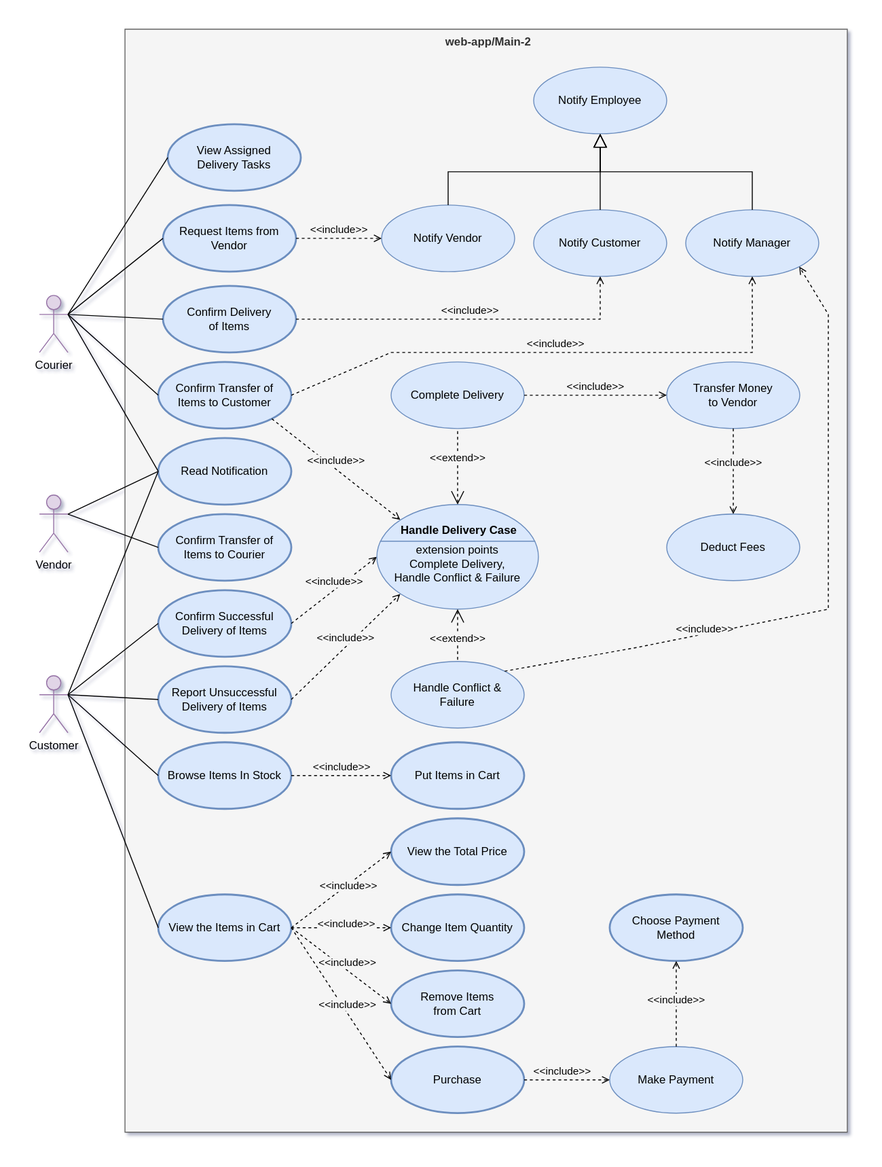
This is software requirement/spec/media/main-use-case-diagram-2.drawio.svg from nati-esh-zed/online_shopping_webapp, a draw.io export, as it was before one commit. Source tidied: cells renumbered, new cells last; positions are measured from the earlier drawing's top-left corner, leaving out a move shared by most shapes.
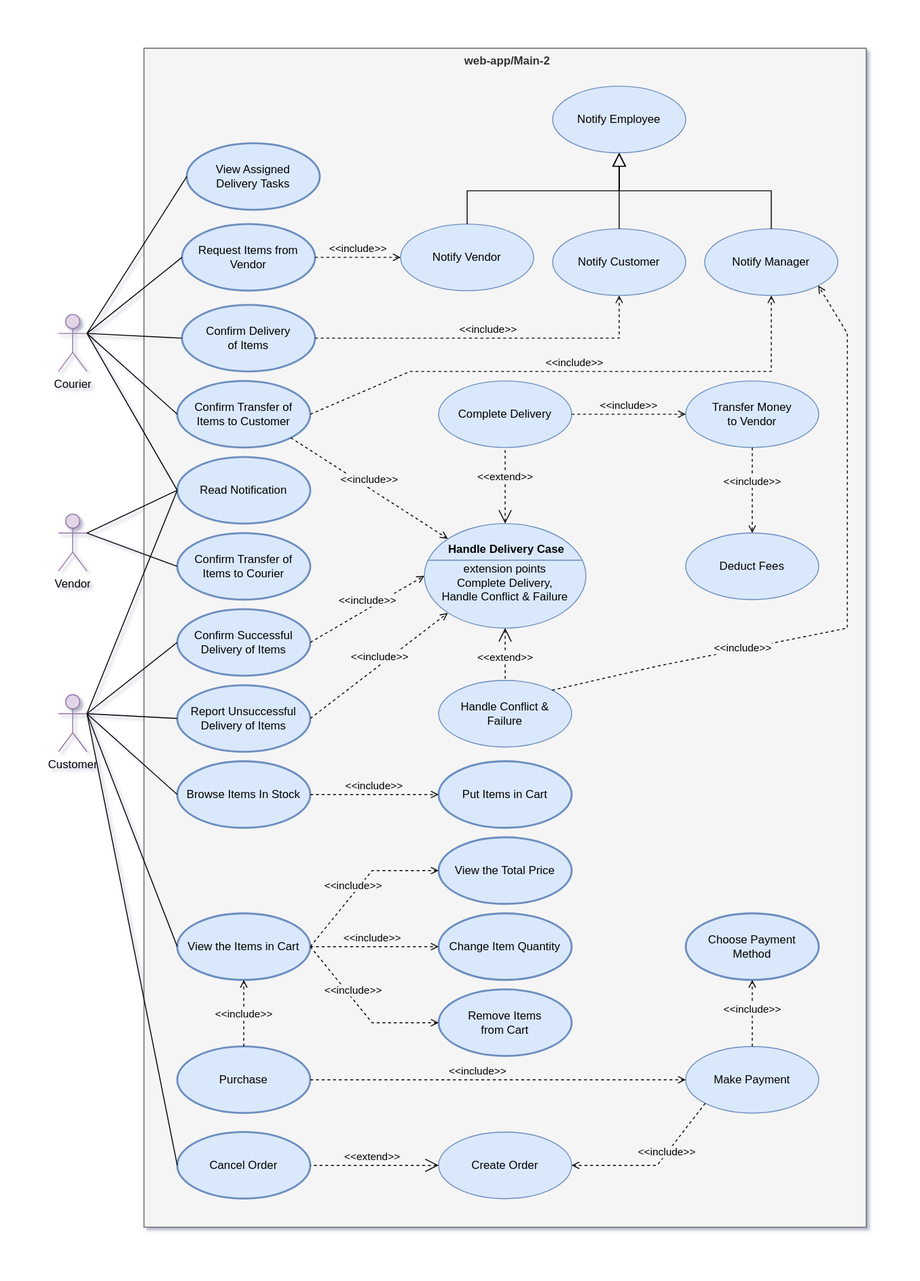
Later version of the same file.

Commit message:
update SRS.md and use case diagram + write Scenario for a customer canceling an order

Diff of the diagram source:
```diff
@@ -3,7 +3,7 @@
     <mxCell id="0" />
     <mxCell id="1" parent="0" />
     <mxCell id="2" value="web-app/Main-2" style="shape=note;html=1;verticalAlign=top;fontStyle=1;whiteSpace=wrap;align=center;fillColor=#F5F5F5;fontColor=#333333;strokeColor=#666666;size=0;spacingLeft=5;labelBackgroundColor=#f5f5f5;" parent="1" vertex="1">
-      <mxGeometry x="90" width="760" height="1160" as="geometry" />
+      <mxGeometry x="90" width="760" height="1240" as="geometry" />
     </mxCell>
     <mxCell id="3" value="Request Items from Vendor" style="ellipse;whiteSpace=wrap;html=1;fillColor=#dae8fc;strokeColor=#6c8ebf;strokeWidth=2;" parent="1" vertex="1">
       <mxGeometry x="130" y="185" width="140" height="70" as="geometry" />
@@ -100,7 +100,7 @@
       <mxGeometry x="125" y="750" width="140" height="70" as="geometry" />
     </mxCell>
     <mxCell id="30" value="Put Items in&amp;nbsp;Cart" style="ellipse;whiteSpace=wrap;html=1;fillColor=#dae8fc;strokeColor=#6c8ebf;strokeWidth=2;" parent="1" vertex="1">
-      <mxGeometry x="370" y="750" width="140" height="70" as="geometry" />
+      <mxGeometry x="400" y="750" width="140" height="70" as="geometry" />
     </mxCell>
     <mxCell id="31" style="edgeStyle=none;html=1;endArrow=none;verticalAlign=bottom;rounded=0;exitX=1;exitY=0.3333333333333333;exitDx=0;exitDy=0;entryX=0;entryY=0.5;entryDx=0;entryDy=0;exitPerimeter=0;" parent="1" edge="1" source="10" target="29">
       <mxGeometry relative="1" as="geometry" />
@@ -115,44 +115,54 @@
       <mxGeometry relative="1" as="geometry" />
     </mxCell>
     <mxCell id="35" value="Change Item Quantity" style="ellipse;whiteSpace=wrap;html=1;fillColor=#dae8fc;strokeColor=#6c8ebf;strokeWidth=2;" parent="1" vertex="1">
-      <mxGeometry x="370" y="910" width="140" height="70" as="geometry" />
+      <mxGeometry x="400" y="910" width="140" height="70" as="geometry" />
     </mxCell>
     <mxCell id="36" value="&amp;lt;&amp;lt;include&amp;gt;&amp;gt;" style="edgeStyle=none;html=1;endArrow=open;verticalAlign=bottom;dashed=1;labelBackgroundColor=#F5F5F5;rounded=0;exitX=1;exitY=0.5;exitDx=0;exitDy=0;entryX=0;entryY=0.5;entryDx=0;entryDy=0;" parent="1" edge="1" source="33" target="35">
-      <mxGeometry x="0.11" y="-5" relative="1" as="geometry" />
+      <mxGeometry x="-0.04" relative="1" as="geometry" />
     </mxCell>
     <mxCell id="37" value="Remove Items&lt;br style=&quot;border-color: var(--border-color);&quot;&gt;from Cart" style="ellipse;whiteSpace=wrap;html=1;fillColor=#dae8fc;strokeColor=#6c8ebf;strokeWidth=2;" parent="1" vertex="1">
-      <mxGeometry x="370" y="990" width="140" height="70" as="geometry" />
+      <mxGeometry x="400" y="990" width="140" height="70" as="geometry" />
     </mxCell>
     <mxCell id="38" value="&amp;lt;&amp;lt;include&amp;gt;&amp;gt;" style="edgeStyle=none;html=1;endArrow=open;verticalAlign=bottom;dashed=1;labelBackgroundColor=#F5F5F5;rounded=0;exitX=1;exitY=0.5;exitDx=0;exitDy=0;entryX=0;entryY=0.5;entryDx=0;entryDy=0;" parent="1" edge="1" source="33" target="37">
-      <mxGeometry x="0.11" relative="1" as="geometry">
-        <mxPoint y="1" as="offset" />
+      <mxGeometry x="-0.18" relative="1" as="geometry">
+        <Array as="points">
+          <mxPoint x="330" y="1025" />
+        </Array>
+        <mxPoint y="-1" as="offset" />
       </mxGeometry>
     </mxCell>
     <mxCell id="39" value="View the Total Price" style="ellipse;whiteSpace=wrap;html=1;fillColor=#dae8fc;strokeColor=#6c8ebf;strokeWidth=2;" parent="1" vertex="1">
-      <mxGeometry x="370" y="830" width="140" height="70" as="geometry" />
+      <mxGeometry x="400" y="830" width="140" height="70" as="geometry" />
     </mxCell>
     <mxCell id="40" value="&amp;lt;&amp;lt;include&amp;gt;&amp;gt;" style="edgeStyle=none;html=1;endArrow=open;verticalAlign=bottom;dashed=1;labelBackgroundColor=#F5F5F5;rounded=0;exitX=1;exitY=0.5;exitDx=0;exitDy=0;entryX=0;entryY=0.5;entryDx=0;entryDy=0;" parent="1" edge="1" source="33" target="39">
-      <mxGeometry x="0.05" y="-8" relative="1" as="geometry" />
+      <mxGeometry x="-0.18" relative="1" as="geometry">
+        <Array as="points">
+          <mxPoint x="330" y="865" />
+        </Array>
+        <mxPoint y="1" as="offset" />
+      </mxGeometry>
     </mxCell>
     <mxCell id="41" value="Purchase" style="ellipse;whiteSpace=wrap;html=1;fillColor=#dae8fc;strokeColor=#6c8ebf;strokeWidth=2;" parent="1" vertex="1">
-      <mxGeometry x="370" y="1070" width="140" height="70" as="geometry" />
+      <mxGeometry x="125" y="1050" width="140" height="70" as="geometry" />
     </mxCell>
-    <mxCell id="42" value="&amp;lt;&amp;lt;include&amp;gt;&amp;gt;" style="edgeStyle=none;html=1;endArrow=open;verticalAlign=bottom;dashed=1;labelBackgroundColor=#F5F5F5;rounded=0;exitX=1;exitY=0.5;exitDx=0;exitDy=0;entryX=0;entryY=0.5;entryDx=0;entryDy=0;" parent="1" edge="1" source="33" target="41">
-      <mxGeometry x="0.11" relative="1" as="geometry">
+    <mxCell id="42" value="&amp;lt;&amp;lt;include&amp;gt;&amp;gt;" style="edgeStyle=none;html=1;endArrow=open;verticalAlign=bottom;dashed=1;labelBackgroundColor=#F5F5F5;rounded=0;exitX=0.5;exitY=0;exitDx=0;exitDy=0;entryX=0.5;entryY=1;entryDx=0;entryDy=0;" parent="1" edge="1" source="41" target="33">
+      <mxGeometry x="-0.25" relative="1" as="geometry">
         <mxPoint y="1" as="offset" />
       </mxGeometry>
     </mxCell>
     <mxCell id="43" value="Make Payment" style="ellipse;whiteSpace=wrap;html=1;fillColor=#dae8fc;strokeColor=#6c8ebf;" parent="1" vertex="1">
-      <mxGeometry x="600" y="1070" width="140" height="70" as="geometry" />
+      <mxGeometry x="660" y="1050" width="140" height="70" as="geometry" />
     </mxCell>
     <mxCell id="44" value="&amp;lt;&amp;lt;include&amp;gt;&amp;gt;" style="edgeStyle=none;html=1;endArrow=open;verticalAlign=bottom;dashed=1;labelBackgroundColor=#F5F5F5;rounded=0;exitX=1;exitY=0.5;exitDx=0;exitDy=0;entryX=0;entryY=0.5;entryDx=0;entryDy=0;" parent="1" edge="1" source="41" target="43">
       <mxGeometry x="-0.11" relative="1" as="geometry" />
     </mxCell>
     <mxCell id="45" value="Choose Payment &lt;br&gt;Method" style="ellipse;whiteSpace=wrap;html=1;fillColor=#dae8fc;strokeColor=#6c8ebf;strokeWidth=2;" parent="1" vertex="1">
-      <mxGeometry x="600" y="910" width="140" height="70" as="geometry" />
+      <mxGeometry x="660" y="910" width="140" height="70" as="geometry" />
     </mxCell>
     <mxCell id="46" value="&amp;lt;&amp;lt;include&amp;gt;&amp;gt;" style="edgeStyle=none;html=1;endArrow=open;verticalAlign=bottom;dashed=1;labelBackgroundColor=#F5F5F5;rounded=0;exitX=0.5;exitY=0;exitDx=0;exitDy=0;entryX=0.5;entryY=1;entryDx=0;entryDy=0;" parent="1" edge="1" source="43" target="45">
-      <mxGeometry x="-0.11" relative="1" as="geometry" />
+      <mxGeometry x="-0.14" relative="1" as="geometry">
+        <mxPoint y="-1" as="offset" />
+      </mxGeometry>
     </mxCell>
     <mxCell id="47" value="Confirm Transfer of&lt;br style=&quot;border-color: var(--border-color);&quot;&gt;Items to Customer" style="ellipse;whiteSpace=wrap;html=1;fillColor=#dae8fc;strokeColor=#6c8ebf;strokeWidth=2;" parent="1" vertex="1">
       <mxGeometry x="125" y="350" width="140" height="70" as="geometry" />
@@ -192,7 +202,7 @@
       <mxGeometry x="660" y="350" width="140" height="70" as="geometry" />
     </mxCell>
     <mxCell id="56" value="&lt;br&gt;extension points&lt;br&gt;Complete Delivery,&lt;br&gt;Handle Conflict &amp;amp; Failure" style="html=1;shape=mxgraph.sysml.useCaseExtPt;whiteSpace=wrap;align=center;fillColor=#dae8fc;strokeColor=#6c8ebf;" parent="1" vertex="1">
-      <mxGeometry x="355" y="500" width="170" height="110" as="geometry" />
+      <mxGeometry x="385" y="500" width="170" height="110" as="geometry" />
     </mxCell>
     <mxCell id="57" value="Handle Delivery Case" style="html=1;verticalAlign=middle;align=center;labelBackgroundColor=none;fontStyle=1;" parent="56" vertex="1">
       <mxGeometry x="85" y="23.4" as="geometry">
@@ -212,16 +222,16 @@
       <mxGeometry relative="1" as="geometry" />
     </mxCell>
     <mxCell id="62" value="Complete Delivery" style="ellipse;whiteSpace=wrap;html=1;fillColor=#dae8fc;strokeColor=#6c8ebf;strokeWidth=1;" parent="1" vertex="1">
-      <mxGeometry x="370" y="350" width="140" height="70" as="geometry" />
+      <mxGeometry x="400" y="350" width="140" height="70" as="geometry" />
     </mxCell>
     <mxCell id="63" value="&amp;lt;&amp;lt;include&amp;gt;&amp;gt;" style="edgeStyle=none;html=1;endArrow=open;verticalAlign=bottom;dashed=1;labelBackgroundColor=#F5F5F5;rounded=0;exitX=1;exitY=0.5;exitDx=0;exitDy=0;entryX=0;entryY=0.5;entryDx=0;entryDy=0;" parent="1" edge="1" source="62" target="55">
       <mxGeometry relative="1" as="geometry" />
     </mxCell>
     <mxCell id="64" value="Handle Conflict &amp;amp;&lt;br&gt;Failure" style="ellipse;whiteSpace=wrap;html=1;fillColor=#dae8fc;strokeColor=#6c8ebf;strokeWidth=1;" parent="1" vertex="1">
-      <mxGeometry x="370" y="665" width="140" height="70" as="geometry" />
+      <mxGeometry x="400" y="665" width="140" height="70" as="geometry" />
     </mxCell>
     <mxCell id="65" value="&amp;lt;&amp;lt;include&amp;gt;&amp;gt;" style="edgeStyle=none;html=1;endArrow=open;verticalAlign=bottom;dashed=1;labelBackgroundColor=#F5F5F5;rounded=0;exitX=1;exitY=0;exitDx=0;exitDy=0;entryX=1;entryY=1;entryDx=0;entryDy=0;" parent="1" edge="1" source="64" target="49">
-      <mxGeometry x="-0.4" y="-4" relative="1" as="geometry">
+      <mxGeometry x="-0.41" y="-8" relative="1" as="geometry">
         <Array as="points">
           <mxPoint x="630" y="650" />
           <mxPoint x="830" y="610" />
@@ -229,5 +239,26 @@
         </Array>
       </mxGeometry>
     </mxCell>
+    <mxCell id="66" value="Create Order" style="ellipse;whiteSpace=wrap;html=1;fillColor=#dae8fc;strokeColor=#6c8ebf;strokeWidth=1;" parent="1" vertex="1">
+      <mxGeometry x="400" y="1140" width="140" height="70" as="geometry" />
+    </mxCell>
+    <mxCell id="67" value="Cancel Order" style="ellipse;whiteSpace=wrap;html=1;fillColor=#dae8fc;strokeColor=#6c8ebf;strokeWidth=2;" parent="1" vertex="1">
+      <mxGeometry x="125" y="1140" width="140" height="70" as="geometry" />
+    </mxCell>
+    <mxCell id="68" value="&amp;lt;&amp;lt;include&amp;gt;&amp;gt;" style="edgeStyle=none;html=1;endArrow=open;verticalAlign=bottom;dashed=1;labelBackgroundColor=#F5F5F5;rounded=0;exitX=0;exitY=1;exitDx=0;exitDy=0;entryX=1;entryY=0.5;entryDx=0;entryDy=0;" parent="1" edge="1" source="43" target="66">
+      <mxGeometry x="-0.16" y="5" relative="1" as="geometry">
+        <Array as="points">
+          <mxPoint x="630" y="1175" />
+        </Array>
+      </mxGeometry>
+    </mxCell>
+    <mxCell id="69" value="&amp;lt;&amp;lt;extend&amp;gt;&amp;gt;" style="edgeStyle=none;html=1;startArrow=open;endArrow=none;startSize=12;verticalAlign=bottom;dashed=1;labelBackgroundColor=#F5F5F5;rounded=0;entryX=1;entryY=0.5;entryDx=0;entryDy=0;exitX=0;exitY=0.5;exitDx=0;exitDy=0;" parent="1" edge="1" source="66" target="67">
+      <mxGeometry x="0.04" relative="1" as="geometry">
+        <mxPoint x="-1" as="offset" />
+      </mxGeometry>
+    </mxCell>
+    <mxCell id="70" style="edgeStyle=none;html=1;endArrow=none;verticalAlign=bottom;rounded=0;exitX=1;exitY=0.3333333333333333;exitDx=0;exitDy=0;entryX=0;entryY=0.5;entryDx=0;entryDy=0;exitPerimeter=0;" parent="1" edge="1" source="10" target="67">
+      <mxGeometry relative="1" as="geometry" />
+    </mxCell>
   </root>
 </mxGraphModel>
```
